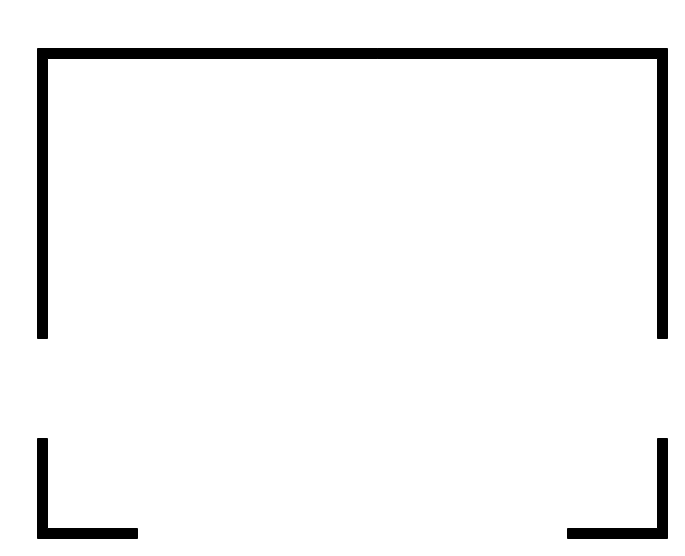
The draw.io diagram Untitled Diagram.drawio in halilmarx07/draw.ioCollections, before the edit. Source tidied: cells renumbered, new cells numbered last; positions are measured from the earlier drawing's top-left corner, leaving out a move shared by most shapes. Both pictures are drawn from the tidied source at 100%, with x=0, y=0 at pixel (37, 48).
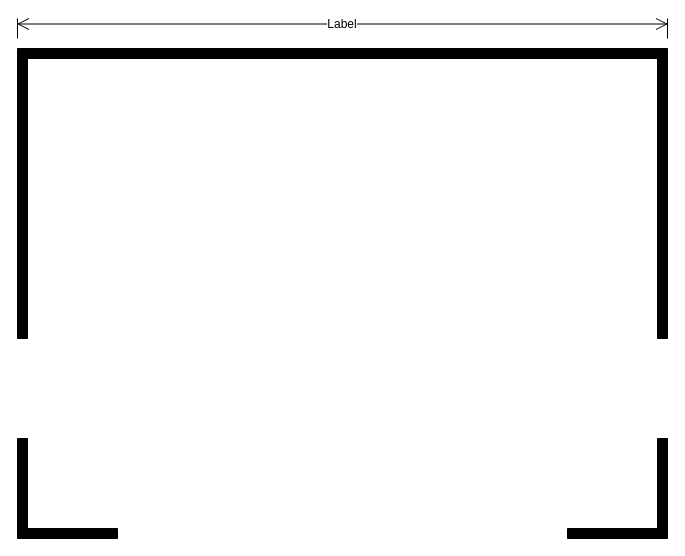
Above is the later version.

What changed in the source:
```diff
@@
 <mxGraphModel>
   <root>
     <mxCell id="0" />
     <mxCell id="1" parent="0" />
     <mxCell id="2" style="verticalLabelPosition=bottom;html=1;verticalAlign=top;align=center;shape=mxgraph.floorplan.wallCorner;fillColor=strokeColor;" parent="1" vertex="1">
-      <mxGeometry width="340" height="290" as="geometry" />
+      <mxGeometry x="-20" width="360" height="290" as="geometry" />
     </mxCell>
     <mxCell id="3" style="verticalLabelPosition=bottom;html=1;verticalAlign=top;align=center;shape=mxgraph.floorplan.wallCorner;fillColor=strokeColor;direction=south;" parent="1" vertex="1">
       <mxGeometry x="340" width="290" height="290" as="geometry" />
     </mxCell>
     <mxCell id="4" style="verticalLabelPosition=bottom;html=1;verticalAlign=top;align=center;shape=mxgraph.floorplan.wallCorner;fillColor=strokeColor;direction=west;" parent="1" vertex="1">
       <mxGeometry x="530" y="390" width="100" height="100" as="geometry" />
     </mxCell>
     <mxCell id="5" style="verticalLabelPosition=bottom;html=1;verticalAlign=top;align=center;shape=mxgraph.floorplan.wallCorner;fillColor=strokeColor;direction=north;" parent="1" vertex="1">
-      <mxGeometry y="390" width="100" height="100" as="geometry" />
+      <mxGeometry x="-20" y="390" width="100" height="100" as="geometry" />
     </mxCell>
+    <mxCell id="6" value="Label" style="shape=dimension;direction=west;whiteSpace=wrap;html=1;align=center;verticalAlign=top;spacingTop=-8;labelBackgroundColor=#ffffff;" parent="1" vertex="1">
+      <mxGeometry x="-20" y="-30" width="650" height="20" as="geometry" />
+    </mxCell>
   </root>
 </mxGraphModel>
```
